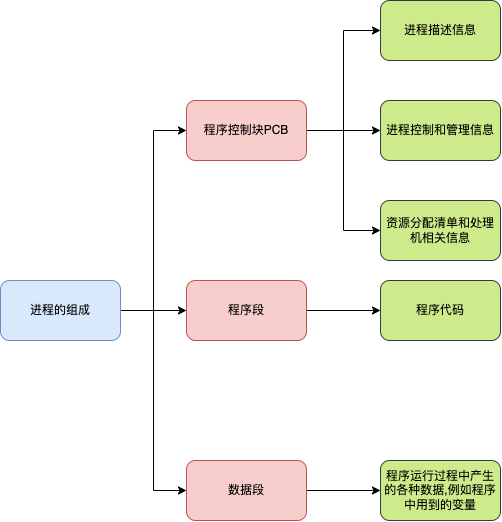
The draw.io diagram process.drawio.png in YuMingLiDawn/Linux, before a commit. Source tidied: cells renumbered, new cells last; positions are measured from the earlier drawing's top-left corner, leaving out a move shared by most shapes.
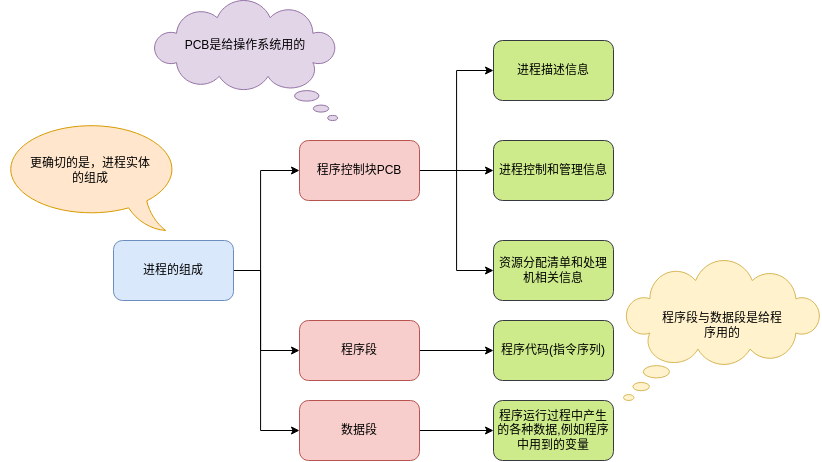
After the change.

Diff of the diagram source:
```diff
@@ -3,16 +3,31 @@
     <mxCell id="0" />
     <mxCell id="1" parent="0" />
     <mxCell id="2" style="edgeStyle=orthogonalEdgeStyle;rounded=0;jettySize=auto;html=1;" parent="1" edge="1" source="5" target="11">
-      <mxGeometry relative="1" as="geometry" />
+      <mxGeometry relative="1" as="geometry">
+        <Array as="points">
+          <mxPoint x="147" y="230" />
+          <mxPoint x="147" y="310" />
+        </Array>
+      </mxGeometry>
     </mxCell>
     <mxCell id="3" style="edgeStyle=orthogonalEdgeStyle;rounded=0;jettySize=auto;html=1;entryX=0;entryY=0.5;entryDx=0;entryDy=0;" parent="1" edge="1" source="5" target="9">
-      <mxGeometry relative="1" as="geometry" />
+      <mxGeometry relative="1" as="geometry">
+        <Array as="points">
+          <mxPoint x="147" y="230" />
+          <mxPoint x="147" y="130" />
+        </Array>
+      </mxGeometry>
     </mxCell>
     <mxCell id="4" style="edgeStyle=orthogonalEdgeStyle;rounded=0;jettySize=auto;html=1;entryX=0;entryY=0.5;entryDx=0;entryDy=0;" parent="1" edge="1" source="5" target="13">
-      <mxGeometry relative="1" as="geometry" />
+      <mxGeometry relative="1" as="geometry">
+        <Array as="points">
+          <mxPoint x="147" y="230" />
+          <mxPoint x="147" y="390" />
+        </Array>
+      </mxGeometry>
     </mxCell>
     <mxCell id="5" value="进程的组成" style="rounded=1;whiteSpace=wrap;html=1;fillColor=#dae8fc;strokeColor=#6c8ebf;" parent="1" vertex="1">
-      <mxGeometry y="280" width="120" height="60" as="geometry" />
+      <mxGeometry y="200" width="120" height="60" as="geometry" />
     </mxCell>
     <mxCell id="6" style="edgeStyle=orthogonalEdgeStyle;rounded=0;jettySize=auto;html=1;entryX=0;entryY=0.5;entryDx=0;entryDy=0;" parent="1" edge="1" source="9" target="15">
       <mxGeometry relative="1" as="geometry" />
@@ -36,7 +51,7 @@
       <mxGeometry relative="1" as="geometry" />
     </mxCell>
     <mxCell id="13" value="数据段" style="rounded=1;whiteSpace=wrap;html=1;fillColor=#f8cecc;strokeColor=#b85450;" parent="1" vertex="1">
-      <mxGeometry x="186" y="460" width="120" height="60" as="geometry" />
+      <mxGeometry x="186" y="360" width="120" height="60" as="geometry" />
     </mxCell>
     <mxCell id="14" value="进程描述信息" style="rounded=1;whiteSpace=wrap;html=1;fillColor=#cdeb8b;strokeColor=#36393d;" parent="1" vertex="1">
       <mxGeometry x="380" width="120" height="60" as="geometry" />
@@ -47,11 +62,29 @@
     <mxCell id="16" value="资源分配清单和处理机相关信息" style="rounded=1;whiteSpace=wrap;html=1;fillColor=#cdeb8b;strokeColor=#36393d;" parent="1" vertex="1">
       <mxGeometry x="380" y="200" width="120" height="60" as="geometry" />
     </mxCell>
-    <mxCell id="17" value="程序代码" style="rounded=1;whiteSpace=wrap;html=1;fillColor=#cdeb8b;strokeColor=#36393d;" parent="1" vertex="1">
+    <mxCell id="17" value="程序代码(指令序列)" style="rounded=1;whiteSpace=wrap;html=1;fillColor=#cdeb8b;strokeColor=#36393d;" parent="1" vertex="1">
       <mxGeometry x="380" y="280" width="120" height="60" as="geometry" />
     </mxCell>
     <mxCell id="18" value="程序运行过程中产生的各种数据,例如程序中用到的变量" style="rounded=1;whiteSpace=wrap;html=1;fillColor=#cdeb8b;strokeColor=#36393d;" parent="1" vertex="1">
-      <mxGeometry x="380" y="460" width="120" height="60" as="geometry" />
+      <mxGeometry x="380" y="360" width="120" height="60" as="geometry" />
     </mxCell>
+    <mxCell id="19" style="whiteSpace=wrap;html=1;shape=mxgraph.basic.cloud_callout;flipH=1;fillColor=#e1d5e7;strokeColor=#9673a6;" parent="1" vertex="1">
+      <mxGeometry x="40" y="-40" width="184" height="120" as="geometry" />
+    </mxCell>
+    <mxCell id="20" value="PCB是给操作系统用的" style="text;html=1;strokeColor=none;fillColor=none;align=center;verticalAlign=middle;whiteSpace=wrap;rounded=0;" parent="1" vertex="1">
+      <mxGeometry x="67" y="-10" width="130" height="30" as="geometry" />
+    </mxCell>
+    <mxCell id="21" style="whiteSpace=wrap;html=1;shape=mxgraph.basic.cloud_callout;fillColor=#fff2cc;strokeColor=#d6b656;" parent="1" vertex="1">
+      <mxGeometry x="510" y="220" width="197" height="140" as="geometry" />
+    </mxCell>
+    <mxCell id="22" value="程序段与数据段是给程序用的" style="text;html=1;strokeColor=none;fillColor=none;align=center;verticalAlign=middle;whiteSpace=wrap;rounded=0;" parent="1" vertex="1">
+      <mxGeometry x="543.5" y="270" width="130" height="30" as="geometry" />
+    </mxCell>
+    <mxCell id="23" style="whiteSpace=wrap;html=1;shape=mxgraph.basic.oval_callout;flipH=1;fillColor=#ffe6cc;strokeColor=#d79b00;" parent="1" vertex="1">
+      <mxGeometry x="-113" y="80" width="180" height="110" as="geometry" />
+    </mxCell>
+    <mxCell id="24" value="更确切的是，进程实体的组成" style="text;html=1;strokeColor=none;fillColor=none;align=center;verticalAlign=middle;whiteSpace=wrap;rounded=0;" parent="1" vertex="1">
+      <mxGeometry x="-88" y="115" width="130" height="30" as="geometry" />
+    </mxCell>
   </root>
 </mxGraphModel>
```
